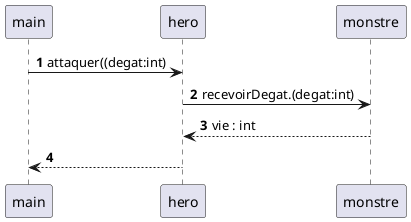
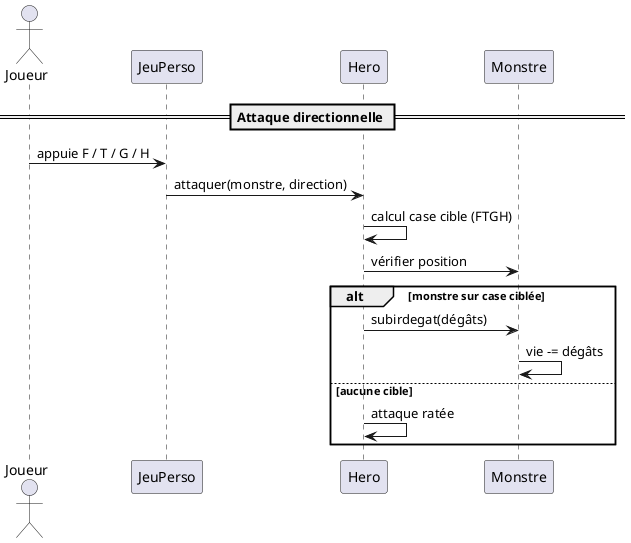
@startuml
- 'https://plantuml.com/sequence-diagram

- autonumber
+ actor Joueur

- participant main
+ participant JeuPerso
+ participant Hero
+ participant Monstre

+ == Attaque directionnelle ==

- participant hero
+ Joueur -> JeuPerso : appuie F / T / G / H

+ JeuPerso -> Hero : attaquer(monstre, direction)

- participant monstre
+ Hero -> Hero : calcul case cible (FTGH)

- main -> hero : attaquer((degat:int)
- hero -> monstre : recevoirDegat.(degat:int)
- monstre --> hero : vie : int
- hero --> main
+ Hero -> Monstre : vérifier position
+ 
+ alt monstre sur case ciblée
+     Hero -> Monstre : subirdegat(dégâts)
+     Monstre -> Monstre : vie -= dégâts
+ else aucune cible
+     Hero -> Hero : attaque ratée
+ end
+ 
@enduml